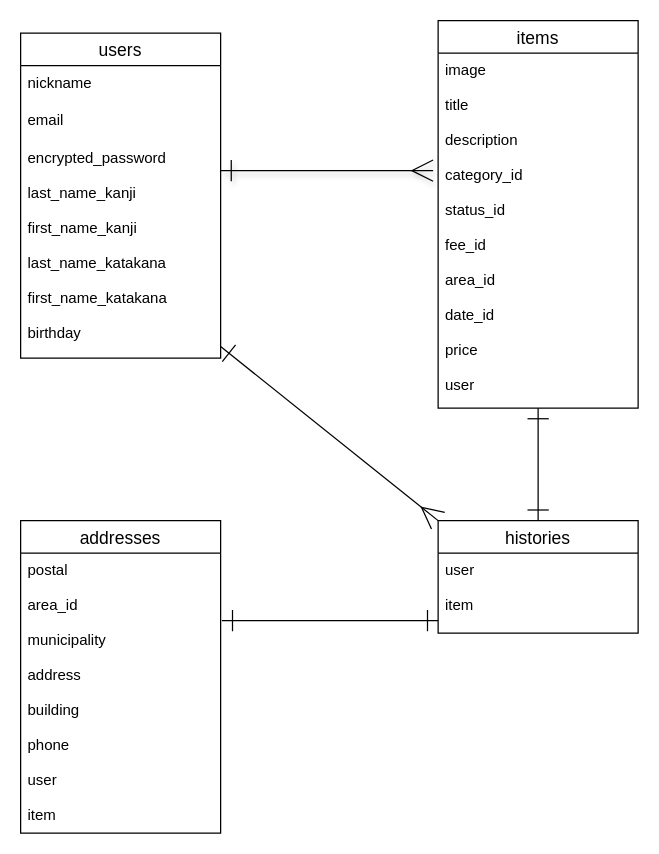
Before: er.dio in takeuchitakumi/furima-35565, a draw.io diagram. Source tidied: cells renumbered, new cells numbered last; positions are measured from the earlier drawing's top-left corner, leaving out a move shared by most shapes. Both pictures are drawn from the tidied source at 125%, with x=0, y=0 at pixel (20, 20).
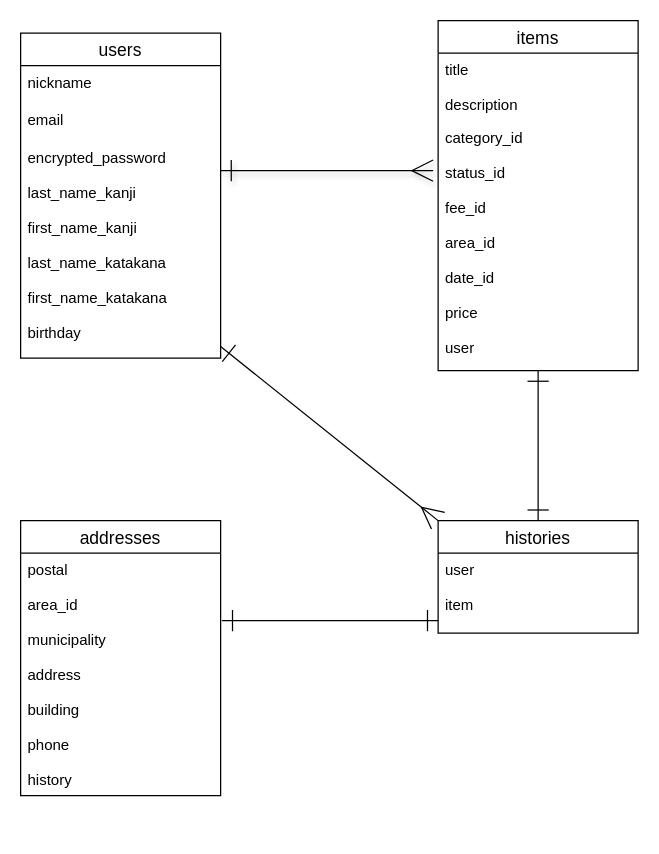
The same diagram, later.

Commit message (it also covers changes not shown here):
データベース設計5

The edit, as a diff of the source:
```diff
@@
 <mxGraphModel>
   <root>
     <mxCell id="0" />
     <mxCell id="1" parent="0" />
     <mxCell id="2" value="users" style="swimlane;fontStyle=0;horizontal=1;startSize=26;align=center;fontSize=14;" parent="1" vertex="1">
       <mxGeometry y="10" width="160" height="260" as="geometry" />
     </mxCell>
     <mxCell id="3" value="nickname" style="text;strokeColor=none;fillColor=none;spacingLeft=4;spacingRight=4;overflow=hidden;fontSize=12;" parent="2" vertex="1">
       <mxGeometry y="26" width="160" height="30" as="geometry" />
     </mxCell>
     <mxCell id="4" value="email" style="text;strokeColor=none;fillColor=none;spacingLeft=4;spacingRight=4;overflow=hidden;fontSize=12;" parent="2" vertex="1">
       <mxGeometry y="56" width="160" height="30" as="geometry" />
     </mxCell>
     <mxCell id="5" value="encrypted_password&#10;&#10;last_name_kanji&#10;&#10;first_name_kanji&#10;&#10;last_name_katakana&#10;&#10;first_name_katakana&#10;&#10;birthday" style="text;strokeColor=none;fillColor=none;spacingLeft=4;spacingRight=4;overflow=hidden;points=[[0,0.5],[1,0.5]];portConstraint=eastwest;fontSize=12;" parent="2" vertex="1">
       <mxGeometry y="86" width="160" height="174" as="geometry" />
     </mxCell>
     <mxCell id="6" value="items" style="swimlane;fontStyle=0;horizontal=1;startSize=26;align=center;fontSize=14;" parent="1" vertex="1">
-      <mxGeometry x="334" width="160" height="310" as="geometry" />
+      <mxGeometry x="334" width="160" height="280" as="geometry" />
     </mxCell>
-    <mxCell id="7" value="image&#10;&#10;title&#10;&#10;description" style="text;strokeColor=none;fillColor=none;spacingLeft=4;spacingRight=4;overflow=hidden;fontSize=12;" parent="6" vertex="1">
-      <mxGeometry y="26" width="160" height="84" as="geometry" />
+    <mxCell id="7" value="title&#10;&#10;description" style="text;strokeColor=none;fillColor=none;spacingLeft=4;spacingRight=4;overflow=hidden;fontSize=12;" parent="6" vertex="1">
+      <mxGeometry y="26" width="160" height="54" as="geometry" />
     </mxCell>
     <mxCell id="8" value="category_id&#10;&#10;status_id&#10;&#10;fee_id&#10;&#10;area_id&#10;&#10;date_id&#10;&#10;price&#10;&#10;user" style="text;strokeColor=none;fillColor=none;spacingLeft=4;spacingRight=4;overflow=hidden;points=[[0,0.5],[1,0.5]];portConstraint=eastwest;fontSize=12;" parent="6" vertex="1">
-      <mxGeometry y="110" width="160" height="200" as="geometry" />
+      <mxGeometry y="80" width="160" height="200" as="geometry" />
     </mxCell>
     <mxCell id="9" value="addresses" style="swimlane;fontStyle=0;horizontal=1;startSize=26;align=center;fontSize=14;" parent="1" vertex="1">
-      <mxGeometry y="400" width="160" height="250" as="geometry" />
+      <mxGeometry y="400" width="160" height="220" as="geometry" />
     </mxCell>
-    <mxCell id="10" value="postal&#10;&#10;area_id&#10;&#10;municipality&#10;&#10;address&#10;&#10;building&#10;&#10;phone&#10;&#10;user&#10;&#10;item" style="text;strokeColor=none;fillColor=none;spacingLeft=4;spacingRight=4;overflow=hidden;fontSize=12;" parent="9" vertex="1">
-      <mxGeometry y="26" width="160" height="224" as="geometry" />
+    <mxCell id="10" value="postal&#10;&#10;area_id&#10;&#10;municipality&#10;&#10;address&#10;&#10;building&#10;&#10;phone&#10;&#10;history" style="text;strokeColor=none;fillColor=none;spacingLeft=4;spacingRight=4;overflow=hidden;fontSize=12;" parent="9" vertex="1">
+      <mxGeometry y="26" width="160" height="194" as="geometry" />
     </mxCell>
     <mxCell id="11" value="histories" style="swimlane;fontStyle=0;horizontal=1;startSize=26;align=center;fontSize=14;" parent="1" vertex="1">
       <mxGeometry x="334" y="400" width="160" height="90" as="geometry" />
     </mxCell>
     <mxCell id="12" value="user&#10;&#10;item" style="text;strokeColor=none;fillColor=none;spacingLeft=4;spacingRight=4;overflow=hidden;fontSize=12;" parent="11" vertex="1">
       <mxGeometry y="26" width="160" height="64" as="geometry" />
     </mxCell>
     <mxCell id="13" style="endArrow=ERmany;html=1;rounded=0;exitX=1;exitY=0.947;exitDx=0;exitDy=0;exitPerimeter=0;entryX=0;entryY=0;entryDx=0;entryDy=0;endFill=0;startSize=15;endSize=15;startArrow=ERone;startFill=0;" parent="1" edge="1" source="5" target="11">
       <mxGeometry relative="1" as="geometry" />
     </mxCell>
     <mxCell id="14" style="endArrow=ERone;html=1;rounded=0;entryX=0.5;entryY=1;entryDx=0;entryDy=0;entryPerimeter=0;exitX=0.5;exitY=0;exitDx=0;exitDy=0;startArrow=ERone;startFill=0;endFill=0;endSize=15;startSize=15;" parent="1" edge="1" source="11" target="8">
       <mxGeometry relative="1" as="geometry" />
     </mxCell>
     <mxCell id="15" style="endArrow=ERone;html=1;rounded=0;startArrow=ERone;startFill=0;endFill=0;endSize=15;startSize=15;" parent="1" edge="1">
       <mxGeometry relative="1" as="geometry">
         <mxPoint x="161" y="480" as="sourcePoint" />
         <mxPoint x="334" y="480" as="targetPoint" />
       </mxGeometry>
     </mxCell>
     <mxCell id="16" style="endArrow=ERmany;html=1;rounded=0;shadow=1;startArrow=ERone;startFill=0;endFill=0;endSize=15;startSize=15;" parent="1" edge="1">
       <mxGeometry relative="1" as="geometry">
         <mxPoint x="160" y="120" as="sourcePoint" />
         <mxPoint x="330" y="120" as="targetPoint" />
       </mxGeometry>
     </mxCell>
   </root>
 </mxGraphModel>
```
